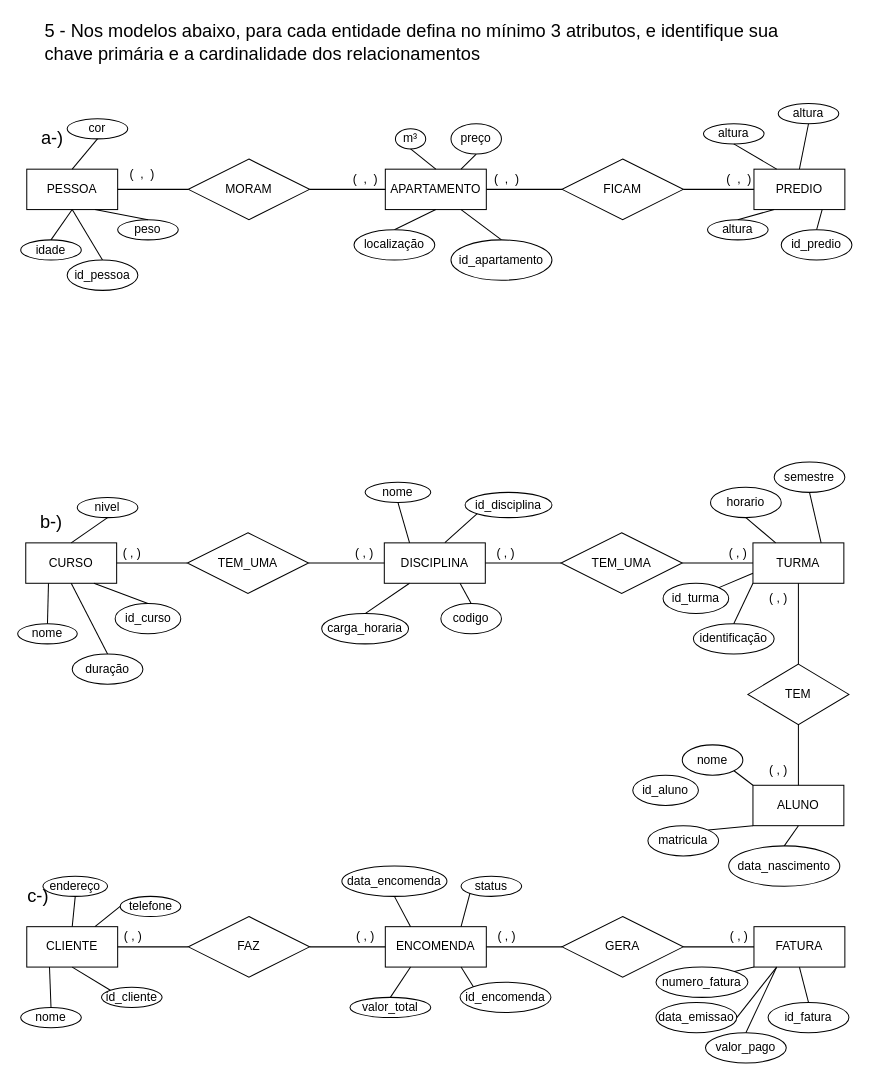
joaotemponi/mer-e-der keeps this draw.io diagram as page "ATV 5 a - b - c" (3 of 4) of MER E DER.drawio. Above is the earlier version. Source tidied: cells renumbered, new cells numbered last; positions are measured from the earlier drawing's top-left corner, leaving out a move shared by most shapes. Both pictures are drawn from the tidied source at 101%, with x=0, y=0 at pixel (17, 17).
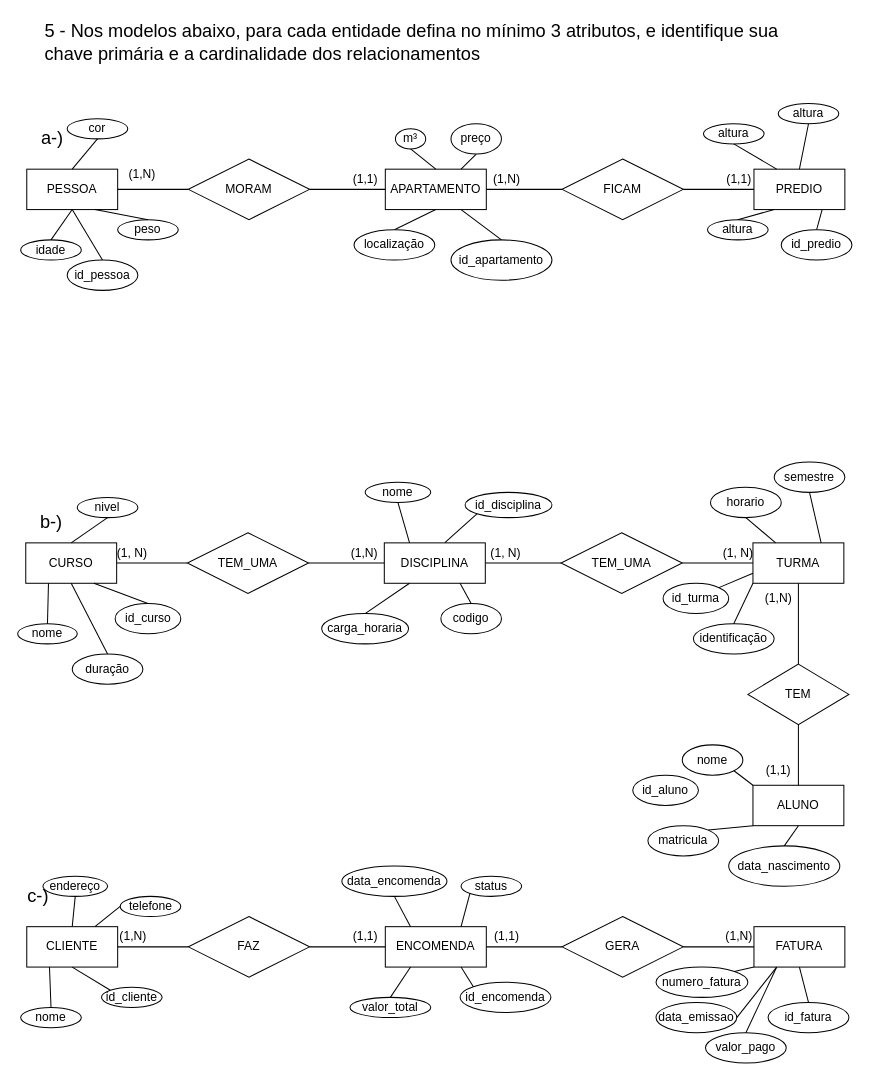
The same page after the edit.

The edit, as a diff of the source:
```diff
@@
-    <mxCell id="13" value="(&amp;nbsp; ,&amp;nbsp; )" style="text;html=1;align=center;verticalAlign=middle;strokeColor=none;fillColor=none;" parent="1" vertex="1">
+    <mxCell id="13" value="(1,N)" style="text;html=1;align=center;verticalAlign=middle;strokeColor=none;fillColor=none;" parent="1" vertex="1">
       <mxGeometry x="98" y="140" width="50" height="30" as="geometry" />
     </mxCell>
-    <mxCell id="14" value="(&amp;nbsp; ,&amp;nbsp; )" style="text;html=1;align=center;verticalAlign=middle;strokeColor=none;fillColor=none;" parent="1" vertex="1">
+    <mxCell id="14" value="(1,1)" style="text;html=1;align=center;verticalAlign=middle;strokeColor=none;fillColor=none;" parent="1" vertex="1">
       <mxGeometry x="319" y="145" width="50" height="30" as="geometry" />
     </mxCell>
-    <mxCell id="15" value="(&amp;nbsp; ,&amp;nbsp; )" style="text;html=1;align=center;verticalAlign=middle;strokeColor=none;fillColor=none;" parent="1" vertex="1">
+    <mxCell id="15" value="(1,N)" style="text;html=1;align=center;verticalAlign=middle;strokeColor=none;fillColor=none;" parent="1" vertex="1">
       <mxGeometry x="459" y="145" width="50" height="30" as="geometry" />
     </mxCell>
-    <mxCell id="16" value="(&amp;nbsp; ,&amp;nbsp; )" style="text;html=1;align=center;verticalAlign=middle;strokeColor=none;fillColor=none;" parent="1" vertex="1">
+    <mxCell id="16" value="(1,1)" style="text;html=1;align=center;verticalAlign=middle;strokeColor=none;fillColor=none;" parent="1" vertex="1">
       <mxGeometry x="689" y="145" width="50" height="30" as="geometry" />
     </mxCell>
@@
-    <mxCell id="26" value="( , )" style="text;html=1;align=center;verticalAlign=middle;strokeColor=none;fillColor=none;" parent="1" vertex="1">
-      <mxGeometry x="93" y="515" width="40" height="30" as="geometry" />
+    <mxCell id="26" value="(1, N)" style="text;html=1;align=center;verticalAlign=middle;strokeColor=none;fillColor=none;" parent="1" vertex="1">
+      <mxGeometry x="88" y="515" width="50" height="30" as="geometry" />
     </mxCell>
-    <mxCell id="27" value="( , )" style="text;html=1;align=center;verticalAlign=middle;strokeColor=none;fillColor=none;" parent="1" vertex="1">
-      <mxGeometry x="323" y="515" width="40" height="30" as="geometry" />
+    <mxCell id="27" value="(1,N)" style="text;html=1;align=center;verticalAlign=middle;strokeColor=none;fillColor=none;" parent="1" vertex="1">
+      <mxGeometry x="318" y="515" width="50" height="30" as="geometry" />
     </mxCell>
-    <mxCell id="28" value="( , )" style="text;html=1;align=center;verticalAlign=middle;strokeColor=none;fillColor=none;" parent="1" vertex="1">
-      <mxGeometry x="463" y="515" width="40" height="30" as="geometry" />
+    <mxCell id="28" value="(1, N)" style="text;html=1;align=center;verticalAlign=middle;strokeColor=none;fillColor=none;" parent="1" vertex="1">
+      <mxGeometry x="458" y="515" width="50" height="30" as="geometry" />
     </mxCell>
-    <mxCell id="29" value="( , )" style="text;html=1;align=center;verticalAlign=middle;strokeColor=none;fillColor=none;" parent="1" vertex="1">
-      <mxGeometry x="693" y="515" width="40" height="30" as="geometry" />
+    <mxCell id="29" value="(1, N)" style="text;html=1;align=center;verticalAlign=middle;strokeColor=none;fillColor=none;" parent="1" vertex="1">
+      <mxGeometry x="688" y="515" width="50" height="30" as="geometry" />
     </mxCell>
@@
-    <mxCell id="40" value="( , )" style="text;html=1;align=center;verticalAlign=middle;strokeColor=none;fillColor=none;" parent="1" vertex="1">
-      <mxGeometry x="94" y="895" width="40" height="30" as="geometry" />
+    <mxCell id="40" value="(1,N)" style="text;html=1;align=center;verticalAlign=middle;strokeColor=none;fillColor=none;" parent="1" vertex="1">
+      <mxGeometry x="89" y="895" width="50" height="30" as="geometry" />
     </mxCell>
-    <mxCell id="41" value="( , )" style="text;html=1;align=center;verticalAlign=middle;strokeColor=none;fillColor=none;" parent="1" vertex="1">
-      <mxGeometry x="324" y="895" width="40" height="30" as="geometry" />
+    <mxCell id="41" value="(1,1)" style="text;html=1;align=center;verticalAlign=middle;strokeColor=none;fillColor=none;" parent="1" vertex="1">
+      <mxGeometry x="319" y="895" width="50" height="30" as="geometry" />
     </mxCell>
-    <mxCell id="42" value="( , )" style="text;html=1;align=center;verticalAlign=middle;strokeColor=none;fillColor=none;" parent="1" vertex="1">
-      <mxGeometry x="464" y="895" width="40" height="30" as="geometry" />
+    <mxCell id="42" value="(1,1)" style="text;html=1;align=center;verticalAlign=middle;strokeColor=none;fillColor=none;" parent="1" vertex="1">
+      <mxGeometry x="459" y="895" width="50" height="30" as="geometry" />
     </mxCell>
-    <mxCell id="43" value="( , )" style="text;html=1;align=center;verticalAlign=middle;strokeColor=none;fillColor=none;" parent="1" vertex="1">
-      <mxGeometry x="694" y="895" width="40" height="30" as="geometry" />
+    <mxCell id="43" value="(1,N)" style="text;html=1;align=center;verticalAlign=middle;strokeColor=none;fillColor=none;" parent="1" vertex="1">
+      <mxGeometry x="689" y="895" width="50" height="30" as="geometry" />
     </mxCell>
@@
-    <mxCell id="49" value="( , )" style="text;html=1;align=center;verticalAlign=middle;strokeColor=none;fillColor=none;" parent="1" vertex="1">
-      <mxGeometry x="733" y="560" width="40" height="30" as="geometry" />
+    <mxCell id="49" value="(1,N)" style="text;html=1;align=center;verticalAlign=middle;strokeColor=none;fillColor=none;" parent="1" vertex="1">
+      <mxGeometry x="728" y="560" width="50" height="30" as="geometry" />
     </mxCell>
-    <mxCell id="50" value="( , )" style="text;html=1;align=center;verticalAlign=middle;strokeColor=none;fillColor=none;" parent="1" vertex="1">
-      <mxGeometry x="733" y="730" width="40" height="30" as="geometry" />
+    <mxCell id="50" value="(1,1)" style="text;html=1;align=center;verticalAlign=middle;strokeColor=none;fillColor=none;" parent="1" vertex="1">
+      <mxGeometry x="728" y="730" width="50" height="30" as="geometry" />
     </mxCell>
```
